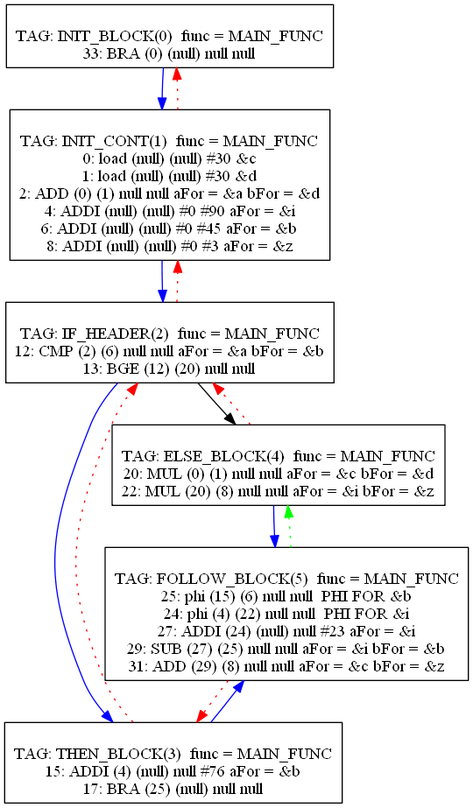
Above: Compiler/graph.png in mbajaj92/Project-Astoria (Graphviz), before the change. Its source is kept beside it as Compiler/graph.dot.
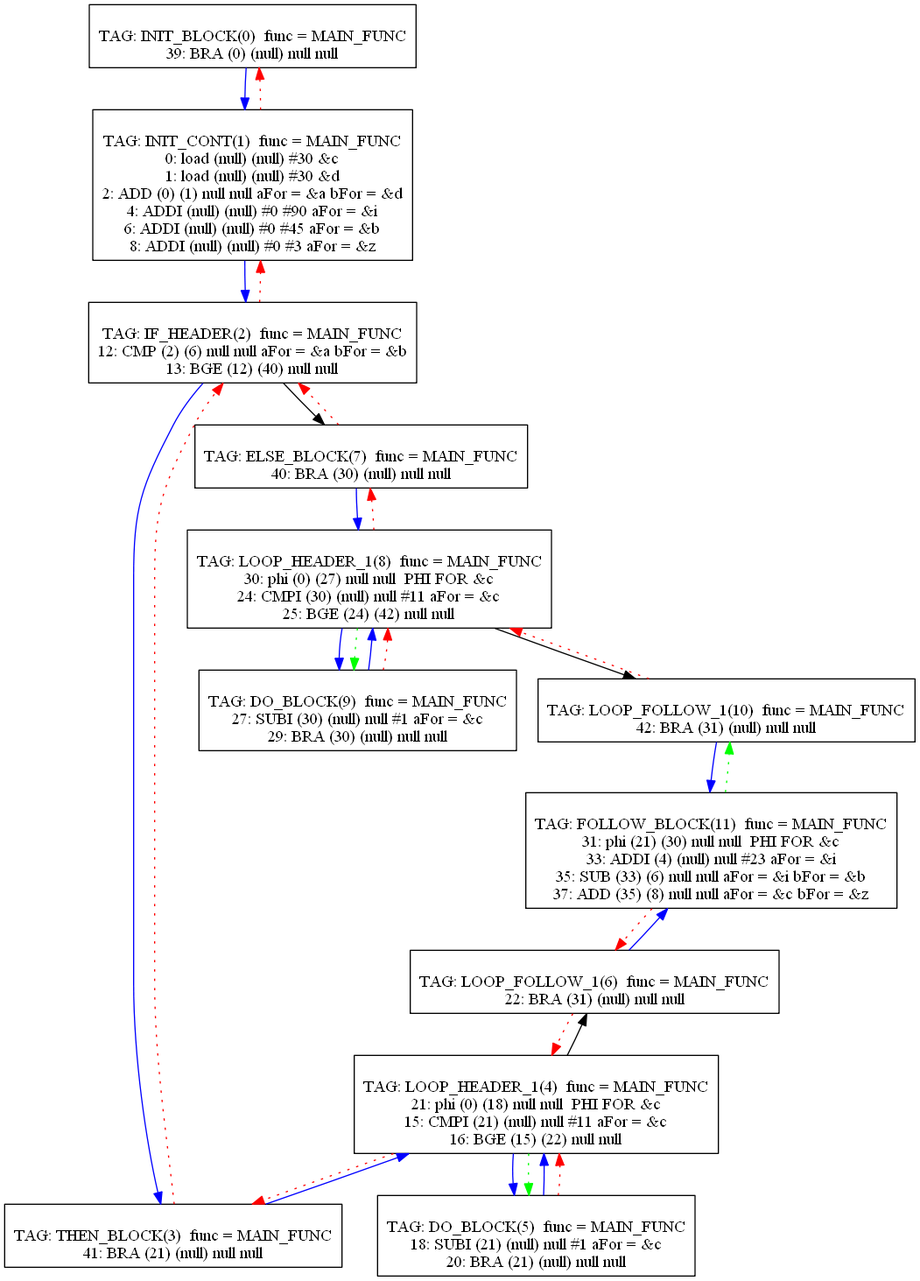
After the change.

Change to the diagram source:
```diff
@@ -1,7 +1,7 @@
 digraph {
 0[label="
 TAG: INIT_BLOCK(0)  func = MAIN_FUNC
-33: BRA (0) (null) null null
+39: BRA (0) (null) null null
 "];
 0[shape=box];
 0 -> 1[color=blue]
@@ -20,37 +20,86 @@
 2[label="
 TAG: IF_HEADER(2)  func = MAIN_FUNC
 12: CMP (2) (6) null null aFor = &a bFor = &b
-13: BGE (12) (20) null null
+13: BGE (12) (40) null null
 "];
 2[shape=box];
 2 -> 3[color=blue]
-2 -> 4[color=black]
+2 -> 7[color=black]
 2 -> 1[color=red][style=dotted]
 3[label="
 TAG: THEN_BLOCK(3)  func = MAIN_FUNC
-15: ADDI (4) (null) null #76 aFor = &b
-17: BRA (25) (null) null null
+41: BRA (21) (null) null null
 "];
 3[shape=box];
-3 -> 5[color=blue]
+3 -> 4[color=blue]
 3 -> 2[color=red][style=dotted]
 4[label="
-TAG: ELSE_BLOCK(4)  func = MAIN_FUNC
-20: MUL (0) (1) null null aFor = &c bFor = &d
-22: MUL (20) (8) null null aFor = &i bFor = &z
+TAG: LOOP_HEADER_1(4)  func = MAIN_FUNC
+21: phi (0) (18) null null  PHI FOR &c
+15: CMPI (21) (null) null #11 aFor = &c
+16: BGE (15) (22) null null
 "];
 4[shape=box];
 4 -> 5[color=blue]
-4 -> 2[color=red][style=dotted]
+4 -> 6[color=black]
+4 -> 3[color=red][style=dotted]
+4 -> 5[color=green][style=dotted]
 5[label="
-TAG: FOLLOW_BLOCK(5)  func = MAIN_FUNC
-25: phi (15) (6) null null  PHI FOR &b
-24: phi (4) (22) null null  PHI FOR &i
-27: ADDI (24) (null) null #23 aFor = &i
-29: SUB (27) (25) null null aFor = &i bFor = &b
-31: ADD (29) (8) null null aFor = &c bFor = &z
+TAG: DO_BLOCK(5)  func = MAIN_FUNC
+18: SUBI (21) (null) null #1 aFor = &c
+20: BRA (21) (null) null null
 "];
 5[shape=box];
-5 -> 3[color=red][style=dotted]
-5 -> 4[color=green][style=dotted]
+5 -> 4[color=blue]
+5 -> 4[color=red][style=dotted]
+6[label="
+TAG: LOOP_FOLLOW_1(6)  func = MAIN_FUNC
+22: BRA (31) (null) null null
+"];
+6[shape=box];
+6 -> 11[color=blue]
+6 -> 4[color=red][style=dotted]
+7[label="
+TAG: ELSE_BLOCK(7)  func = MAIN_FUNC
+40: BRA (30) (null) null null
+"];
+7[shape=box];
+7 -> 8[color=blue]
+7 -> 2[color=red][style=dotted]
+8[label="
+TAG: LOOP_HEADER_1(8)  func = MAIN_FUNC
+30: phi (0) (27) null null  PHI FOR &c
+24: CMPI (30) (null) null #11 aFor = &c
+25: BGE (24) (42) null null
+"];
+8[shape=box];
+8 -> 9[color=blue]
+8 -> 10[color=black]
+8 -> 7[color=red][style=dotted]
+8 -> 9[color=green][style=dotted]
+9[label="
+TAG: DO_BLOCK(9)  func = MAIN_FUNC
+27: SUBI (30) (null) null #1 aFor = &c
+29: BRA (30) (null) null null
+"];
+9[shape=box];
+9 -> 8[color=blue]
+9 -> 8[color=red][style=dotted]
+10[label="
+TAG: LOOP_FOLLOW_1(10)  func = MAIN_FUNC
+42: BRA (31) (null) null null
+"];
+10[shape=box];
+10 -> 11[color=blue]
+10 -> 8[color=red][style=dotted]
+11[label="
+TAG: FOLLOW_BLOCK(11)  func = MAIN_FUNC
+31: phi (21) (30) null null  PHI FOR &c
+33: ADDI (4) (null) null #23 aFor = &i
+35: SUB (33) (6) null null aFor = &i bFor = &b
+37: ADD (35) (8) null null aFor = &c bFor = &z
+"];
+11[shape=box];
+11 -> 6[color=red][style=dotted]
+11 -> 10[color=green][style=dotted]
 }
```
